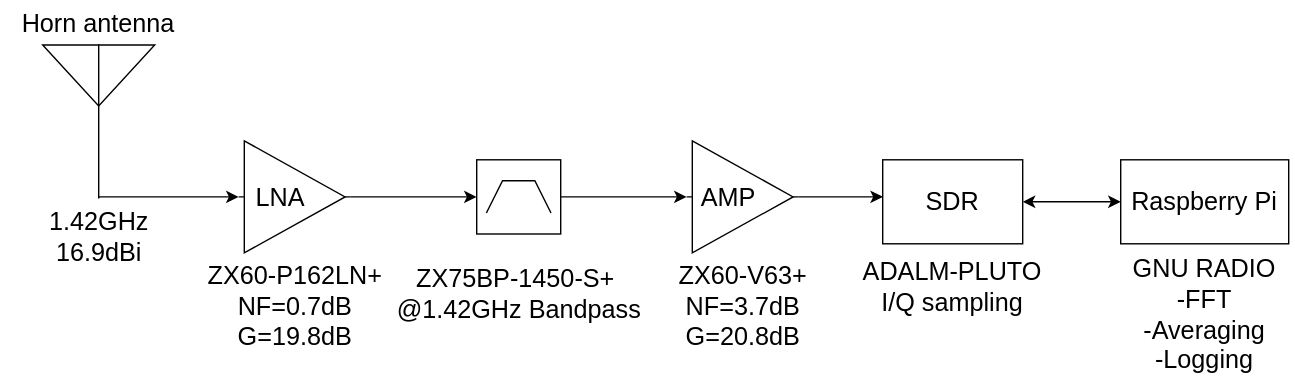
Earlier version of the draw.io export docs/rf_system.drawio.svg (AlpGoXd/mergen-21). Source tidied: cells renumbered, new cells last; positions are measured from the earlier drawing's top-left corner, leaving out a move shared by most shapes.
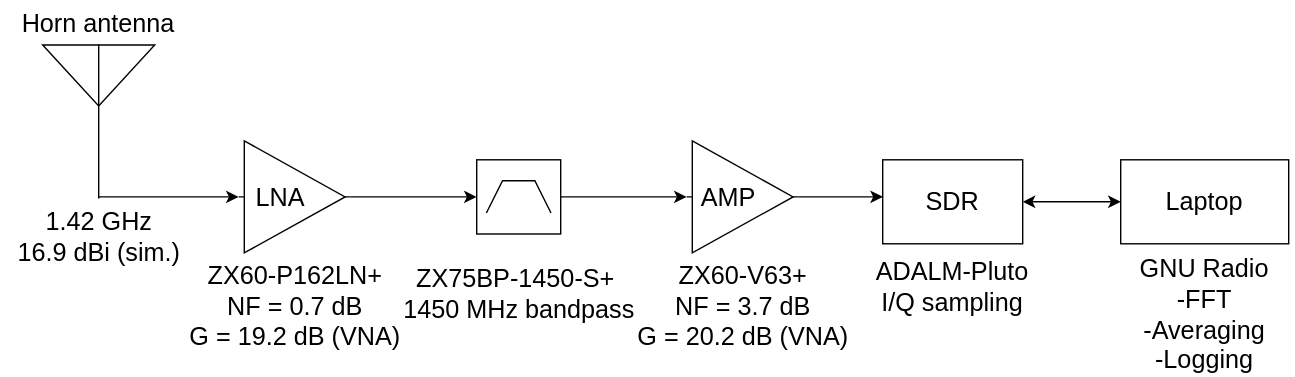
After the commit.

Commit message:
[task 11] Rename block diagram source and update gain/host labels

Change to the diagram source:
```diff
@@ -2,16 +2,16 @@
   <root>
     <mxCell id="0" />
     <mxCell id="1" parent="0" />
-    <mxCell id="2" value="&lt;div&gt;&lt;font face=&quot;arial&quot; style=&quot;font-size: 18px;&quot;&gt;1.42GHz&lt;/font&gt;&lt;/div&gt;&lt;div&gt;&lt;font face=&quot;arial&quot; style=&quot;font-size: 18px;&quot;&gt;16.9dBi&lt;/font&gt;&lt;/div&gt;" style="verticalLabelPosition=bottom;shadow=0;dashed=0;align=center;html=1;verticalAlign=top;shape=mxgraph.electrical.radio.aerial_-_antenna_2;" parent="1" vertex="1">
+    <mxCell id="2" value="&lt;div&gt;&lt;font face=&quot;arial&quot; style=&quot;font-size: 18px;&quot;&gt;1.42 GHz&lt;/font&gt;&lt;/div&gt;&lt;div&gt;&lt;font face=&quot;arial&quot; style=&quot;font-size: 18px;&quot;&gt;16.9 dBi (sim.)&lt;/font&gt;&lt;/div&gt;" style="verticalLabelPosition=bottom;shadow=0;dashed=0;align=center;html=1;verticalAlign=top;shape=mxgraph.electrical.radio.aerial_-_antenna_2;" parent="1" vertex="1">
       <mxGeometry x="30" y="31" width="80" height="110" as="geometry" />
     </mxCell>
-    <mxCell id="3" value="&lt;div&gt;&lt;font style=&quot;font-size: 18px;&quot;&gt;ZX60-P162LN+&lt;/font&gt;&lt;/div&gt;&lt;div&gt;&lt;font style=&quot;font-size: 18px;&quot;&gt;NF=0.7dB&lt;/font&gt;&lt;/div&gt;&lt;div&gt;&lt;font style=&quot;font-size: 18px;&quot;&gt;G=19.8dB&lt;/font&gt;&lt;/div&gt;" style="verticalLabelPosition=bottom;shadow=0;dashed=0;align=center;html=1;verticalAlign=top;shape=mxgraph.electrical.abstract.amplifier;" parent="1" vertex="1">
+    <mxCell id="3" value="&lt;div&gt;&lt;font style=&quot;font-size: 18px;&quot;&gt;ZX60-P162LN+&lt;/font&gt;&lt;/div&gt;&lt;div&gt;&lt;font style=&quot;font-size: 18px;&quot;&gt;NF = 0.7 dB&lt;/font&gt;&lt;/div&gt;&lt;div&gt;&lt;font style=&quot;font-size: 18px;&quot;&gt;G = 19.2 dB (VNA)&lt;/font&gt;&lt;/div&gt;" style="verticalLabelPosition=bottom;shadow=0;dashed=0;align=center;html=1;verticalAlign=top;shape=mxgraph.electrical.abstract.amplifier;" parent="1" vertex="1">
       <mxGeometry x="170" y="100" width="80" height="80" as="geometry" />
     </mxCell>
-    <mxCell id="4" value="&lt;h2 class=&quot;model_description_bottom&quot;&gt;&lt;span style=&quot;font-weight: normal;&quot;&gt;ZX75BP-1450-S+&amp;nbsp;&lt;br&gt;@1.42GHz Bandpass&lt;br&gt;&lt;br&gt;&lt;/span&gt;&lt;/h2&gt;" style="verticalLabelPosition=bottom;shadow=0;dashed=0;align=center;html=1;verticalAlign=top;shape=mxgraph.electrical.logic_gates.bandpass_filter;" parent="1" vertex="1">
+    <mxCell id="4" value="&lt;h2 class=&quot;model_description_bottom&quot;&gt;&lt;span style=&quot;font-weight: normal;&quot;&gt;ZX75BP-1450-S+&amp;nbsp;&lt;br&gt;1450 MHz bandpass&lt;br&gt;&lt;br&gt;&lt;/span&gt;&lt;/h2&gt;" style="verticalLabelPosition=bottom;shadow=0;dashed=0;align=center;html=1;verticalAlign=top;shape=mxgraph.electrical.logic_gates.bandpass_filter;" parent="1" vertex="1">
       <mxGeometry x="340" y="113.5" width="60" height="53" as="geometry" />
     </mxCell>
-    <mxCell id="5" value="&lt;div&gt;&lt;font style=&quot;font-size: 18px;&quot;&gt;ZX60-V63+&lt;/font&gt;&lt;/div&gt;&lt;div&gt;&lt;font style=&quot;font-size: 18px;&quot;&gt;NF=3.7dB&lt;/font&gt;&lt;/div&gt;&lt;font style=&quot;font-size: 18px;&quot;&gt;G=20.8dB&lt;/font&gt;" style="verticalLabelPosition=bottom;shadow=0;dashed=0;align=center;html=1;verticalAlign=top;shape=mxgraph.electrical.abstract.amplifier;" parent="1" vertex="1">
+    <mxCell id="5" value="&lt;div&gt;&lt;font style=&quot;font-size: 18px;&quot;&gt;ZX60-V63+&lt;/font&gt;&lt;/div&gt;&lt;div&gt;&lt;font style=&quot;font-size: 18px;&quot;&gt;NF = 3.7 dB&lt;/font&gt;&lt;/div&gt;&lt;font style=&quot;font-size: 18px;&quot;&gt;G = 20.2 dB (VNA)&lt;/font&gt;" style="verticalLabelPosition=bottom;shadow=0;dashed=0;align=center;html=1;verticalAlign=top;shape=mxgraph.electrical.abstract.amplifier;" parent="1" vertex="1">
       <mxGeometry x="490" y="100" width="80" height="80" as="geometry" />
     </mxCell>
     <mxCell id="6" value="&lt;font style=&quot;font-size: 18px;&quot;&gt;SDR&lt;/font&gt;" style="rounded=0;whiteSpace=wrap;html=1;" parent="1" vertex="1">
@@ -43,16 +43,16 @@
     <mxCell id="13" value="&lt;div align=&quot;center&quot;&gt;&lt;font face=&quot;arial&quot; style=&quot;font-size: 18px;&quot;&gt;AMP&lt;/font&gt;&lt;/div&gt;" style="text;whiteSpace=wrap;html=1;align=center;" parent="1" vertex="1">
       <mxGeometry x="450" y="123.5" width="140" height="50" as="geometry" />
     </mxCell>
-    <mxCell id="14" value="&lt;font style=&quot;font-size: 18px;&quot;&gt;ADALM-PLUTO I/Q sampling&lt;/font&gt;" style="text;html=1;whiteSpace=wrap;strokeColor=none;fillColor=none;align=center;verticalAlign=middle;rounded=0;" parent="1" vertex="1">
+    <mxCell id="14" value="&lt;font style=&quot;font-size: 18px;&quot;&gt;ADALM-Pluto I/Q sampling&lt;/font&gt;" style="text;html=1;whiteSpace=wrap;strokeColor=none;fillColor=none;align=center;verticalAlign=middle;rounded=0;" parent="1" vertex="1">
       <mxGeometry x="615" y="190" width="130" height="30" as="geometry" />
     </mxCell>
-    <mxCell id="15" value="&lt;font style=&quot;font-size: 18px;&quot;&gt;Raspberry Pi&lt;/font&gt;" style="rounded=0;whiteSpace=wrap;html=1;" parent="1" vertex="1">
+    <mxCell id="15" value="&lt;font style=&quot;font-size: 18px;&quot;&gt;Laptop&lt;/font&gt;" style="rounded=0;whiteSpace=wrap;html=1;" parent="1" vertex="1">
       <mxGeometry x="800" y="113.5" width="120" height="60" as="geometry" />
     </mxCell>
     <mxCell id="16" style="endArrow=classic;startArrow=classic;html=1;rounded=0;exitX=1;exitY=0.5;exitDx=0;exitDy=0;entryX=0;entryY=0.5;entryDx=0;entryDy=0;" parent="1" edge="1" source="6" target="15">
       <mxGeometry relative="1" as="geometry" />
     </mxCell>
-    <mxCell id="17" value="&lt;div&gt;&lt;font style=&quot;font-size: 18px;&quot;&gt;GNU RADIO&lt;/font&gt;&lt;/div&gt;&lt;div&gt;&lt;font style=&quot;font-size: 18px;&quot;&gt;-FFT&lt;/font&gt;&lt;/div&gt;&lt;div&gt;&lt;font style=&quot;font-size: 18px;&quot;&gt;-Averaging&lt;/font&gt;&lt;/div&gt;&lt;div&gt;&lt;font style=&quot;font-size: 18px;&quot;&gt;-Logging&lt;/font&gt;&lt;/div&gt;" style="text;html=1;whiteSpace=wrap;strokeColor=none;fillColor=none;align=center;verticalAlign=middle;rounded=0;" parent="1" vertex="1">
+    <mxCell id="17" value="&lt;div&gt;&lt;font style=&quot;font-size: 18px;&quot;&gt;GNU Radio&lt;/font&gt;&lt;/div&gt;&lt;div&gt;&lt;font style=&quot;font-size: 18px;&quot;&gt;-FFT&lt;/font&gt;&lt;/div&gt;&lt;div&gt;&lt;font style=&quot;font-size: 18px;&quot;&gt;-Averaging&lt;/font&gt;&lt;/div&gt;&lt;div&gt;&lt;font style=&quot;font-size: 18px;&quot;&gt;-Logging&lt;/font&gt;&lt;/div&gt;" style="text;html=1;whiteSpace=wrap;strokeColor=none;fillColor=none;align=center;verticalAlign=middle;rounded=0;" parent="1" vertex="1">
       <mxGeometry x="795" y="210" width="130" height="30" as="geometry" />
     </mxCell>
   </root>
```
